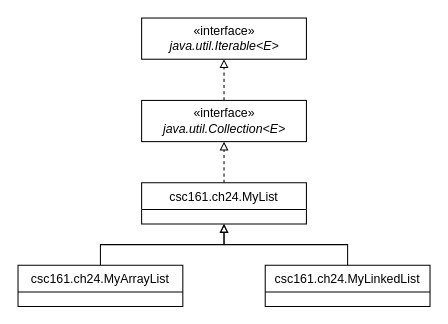
This is CSC/161/ch24_uml.drawio from PatrickMcDougle/ACC, a draw.io file, before an edit. Source tidied: cells renumbered, new cells numbered last; positions are measured from the earlier drawing's top-left corner, leaving out a move shared by most shapes. Both pictures are drawn from the tidied source at 103%, with x=0, y=0 at pixel (18, 18).
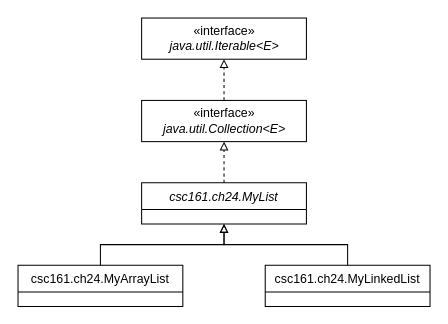
The same diagram, later.

Change to the diagram source:
```diff
@@
 <mxGraphModel>
   <root>
     <mxCell id="0" />
     <mxCell id="1" parent="0" />
     <mxCell id="2" style="edgeStyle=orthogonalEdgeStyle;rounded=0;jettySize=auto;html=1;exitX=0.5;exitY=0;exitDx=0;exitDy=0;entryX=0.5;entryY=1;entryDx=0;entryDy=0;endArrow=block;endFill=0;" parent="1" edge="1" source="3" target="7">
       <mxGeometry relative="1" as="geometry" />
     </mxCell>
     <mxCell id="3" value="csc161.ch24.MyArrayList" style="swimlane;fontStyle=0;horizontal=1;startSize=26;fillColor=none;" parent="1" vertex="1">
       <mxGeometry y="240" width="160" height="40" as="geometry" />
     </mxCell>
     <mxCell id="4" style="edgeStyle=orthogonalEdgeStyle;rounded=0;jettySize=auto;html=1;entryX=0.5;entryY=1;entryDx=0;entryDy=0;exitX=0.5;exitY=0;exitDx=0;exitDy=0;endArrow=block;endFill=0;" parent="1" edge="1" source="5" target="7">
       <mxGeometry relative="1" as="geometry" />
     </mxCell>
     <mxCell id="5" value="csc161.ch24.MyLinkedList" style="swimlane;fontStyle=0;horizontal=1;startSize=26;fillColor=none;" parent="1" vertex="1">
       <mxGeometry x="240" y="240" width="160" height="40" as="geometry" />
     </mxCell>
     <mxCell id="6" style="edgeStyle=orthogonalEdgeStyle;rounded=0;jettySize=auto;html=1;entryX=0.5;entryY=1;entryDx=0;entryDy=0;endArrow=block;endFill=0;dashed=1;" parent="1" edge="1" source="7" target="9">
       <mxGeometry relative="1" as="geometry" />
     </mxCell>
-    <mxCell id="7" value="csc161.ch24.MyList" style="swimlane;fontStyle=0;horizontal=1;startSize=26;fillColor=none;" parent="1" vertex="1">
+    <mxCell id="7" value="csc161.ch24.MyList" style="swimlane;fontStyle=2;horizontal=1;startSize=26;fillColor=none;" parent="1" vertex="1">
       <mxGeometry x="120" y="160" width="160" height="40" as="geometry" />
     </mxCell>
     <mxCell id="8" style="edgeStyle=orthogonalEdgeStyle;rounded=0;jettySize=auto;html=1;entryX=0.5;entryY=1;entryDx=0;entryDy=0;dashed=1;endArrow=block;endFill=0;" parent="1" edge="1" source="9" target="10">
       <mxGeometry relative="1" as="geometry" />
     </mxCell>
     <mxCell id="9" value="«interface»&lt;br&gt;&lt;i&gt;java.util.Collection&amp;lt;E&amp;gt;&lt;/i&gt;" style="html=1;" parent="1" vertex="1">
       <mxGeometry x="120" y="80" width="160" height="40" as="geometry" />
     </mxCell>
     <mxCell id="10" value="«interface»&lt;br&gt;&lt;i&gt;java.util.Iterable&amp;lt;E&amp;gt;&lt;/i&gt;" style="html=1;" parent="1" vertex="1">
       <mxGeometry x="120" width="160" height="40" as="geometry" />
     </mxCell>
   </root>
 </mxGraphModel>
```
